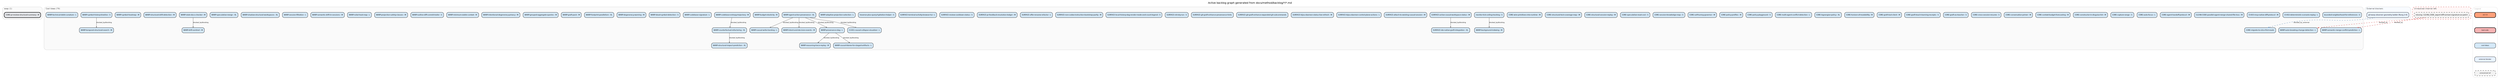
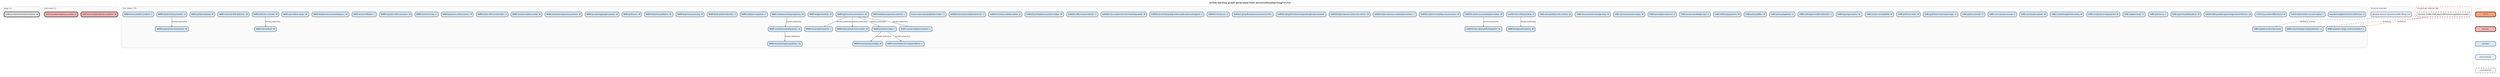
digraph backlog {
  rankdir=TB
  fontname="Helvetica"
  label="Active backlog graph generated from docs/method/backlog/*/*.md"
  labelloc=t
  fontsize=12
  node [shape=box style="rounded,filled" fontname="Helvetica" fontsize=8 margin="0.1,0.05" height=0.35]
  edge [color="#666666" arrowsize=0.5 fontname="Helvetica" fontsize=7]
  newrank=true
  ranksep=0.55
  nodesep=0.2

  subgraph cluster_asap {
    label="asap (1)" labeljust=l fontsize=9 fontcolor="#555555"
    style=rounded color="#cccccc" bgcolor="#fafafa"
    asap_CORE_pr_review_structural_summary [label="CORE-pr-review-structural-summary - M" fillcolor="#E5E7EB" penwidth=2]
+   }
+ 
+   subgraph cluster_bad_code {
+     label="bad-code (2)" labeljust=l fontsize=9 fontcolor="#555555"
+     style=rounded color="#cccccc" bgcolor="#fafafa"
+     bad_code_CORE_tool_context_injection_contracts [label="CORE-tool-context-injection-contracts - M" fillcolor="#F6B3B3" penwidth=2]
+     bad_code_TEST_bounded_subprocess_policy [label="TEST-bounded-subprocess-policy - S" fillcolor="#F6B3B3" penwidth=2]
  }

  subgraph cluster_cool_ideas {
    label="Cool Ideas (79)" labeljust=l fontsize=9 fontcolor="#555555"
    style=rounded color="#cccccc" bgcolor="#fafafa"
    cool_ideas_bounded_neighborhood_for_references [label="bounded-neighborhood-for-references - S" fillcolor="#D4E8F7" penwidth=1]
    cool_ideas_CI_001_causal_collapse_visualizer [label="CI-001-causal-collapse-visualizer - L" fillcolor="#D4E8F7" penwidth=1]
    cool_ideas_CI_002_deterministic_scenario_replay [label="CI-002-deterministic-scenario-replay - L" fillcolor="#D4E8F7" penwidth=1]
    cool_ideas_CI_003_mcp_native_diff_protocol [label="CI-003-mcp-native-diff-protocol - M" fillcolor="#D4E8F7" penwidth=1]
    cool_ideas_CLEAN_CODE_parallel_agent_merge_shared_file_loss [label="CLEAN-CODE-parallel-agent-merge-shared-file-loss - M" fillcolor="#D4E8F7" penwidth=1]
    cool_ideas_CORE_agent_handoff_protocol [label="CORE-agent-handoff-protocol - M" fillcolor="#D4E8F7" penwidth=1]
    cool_ideas_CORE_auto_focus [label="CORE-auto-focus - L" fillcolor="#D4E8F7" penwidth=1]
    cool_ideas_CORE_capture_range [label="CORE-capture-range - S" fillcolor="#D4E8F7" penwidth=1]
    cool_ideas_CORE_constructor_in_disguise_lint [label="CORE-constructor-in-disguise-lint - M" fillcolor="#D4E8F7" penwidth=1]
    cool_ideas_CORE_context_budget_forecasting [label="CORE-context-budget-forecasting - M" fillcolor="#D4E8F7" penwidth=1]
    cool_ideas_CORE_conversation_primer [label="CORE-conversation-primer - M" fillcolor="#D4E8F7" penwidth=1]
    cool_ideas_CORE_cross_session_resume [label="CORE-cross-session-resume - S" fillcolor="#D4E8F7" penwidth=1]
    cool_ideas_CORE_graft_as_teacher [label="CORE-graft-as-teacher - S" fillcolor="#D4E8F7" penwidth=1]
    cool_ideas_CORE_graft_teach_learning_receipts [label="CORE-graft-teach-learning-receipts - S" fillcolor="#D4E8F7" penwidth=1]
    cool_ideas_CORE_graft_tool_client [label="CORE-graft-tool-client - M" fillcolor="#D4E8F7" penwidth=1]
    cool_ideas_CORE_horizon_of_readability [label="CORE-horizon-of-readability - M" fillcolor="#D4E8F7" penwidth=1]
    cool_ideas_CORE_lagrangian_policy [label="CORE-lagrangian-policy - XL" fillcolor="#D4E8F7" penwidth=1]
    cool_ideas_CORE_migrate_to_slice_first_reads [label="CORE-migrate-to-slice-first-reads" fillcolor="#D4E8F7" penwidth=1]
    cool_ideas_CORE_multi_agent_conflict_detection [label="CORE-multi-agent-conflict-detection - L" fillcolor="#D4E8F7" penwidth=1]
    cool_ideas_CORE_policy_playground [label="CORE-policy-playground - S" fillcolor="#D4E8F7" penwidth=1]
    cool_ideas_CORE_policy_profiles [label="CORE-policy-profiles - M" fillcolor="#D4E8F7" penwidth=1]
    cool_ideas_CORE_self_tuning_governor [label="CORE-self-tuning-governor - M" fillcolor="#D4E8F7" penwidth=1]
    cool_ideas_CORE_session_knowledge_map [label="CORE-session-knowledge-map - S" fillcolor="#D4E8F7" penwidth=1]
    cool_ideas_CORE_speculative_read_cost [label="CORE-speculative-read-cost - S" fillcolor="#D4E8F7" penwidth=1]
    cool_ideas_CORE_structural_session_replay [label="CORE-structural-session-replay - M" fillcolor="#D4E8F7" penwidth=1]
    cool_ideas_CORE_structural_test_coverage_map [label="CORE-structural-test-coverage-map - M" fillcolor="#D4E8F7" penwidth=1]
    cool_ideas_CORE_wire_primitives_into_runtime [label="CORE-wire-primitives-into-runtime - M" fillcolor="#D4E8F7" penwidth=1]
    cool_ideas_monitor_tick_ceiling_tracking [label="monitor-tick-ceiling-tracking - S" fillcolor="#D4E8F7" penwidth=1]
    cool_ideas_SURFACE_active_causal_workspace_status [label="SURFACE-active-causal-workspace-status - M" fillcolor="#D4E8F7" penwidth=1]
    cool_ideas_SURFACE_attach_to_existing_causal_session [label="SURFACE-attach-to-existing-causal-session - M" fillcolor="#D4E8F7" penwidth=1]
    cool_ideas_SURFACE_bijou_daemon_control_plane_actions [label="SURFACE-bijou-daemon-control-plane-actions - L" fillcolor="#D4E8F7" penwidth=1]
    cool_ideas_SURFACE_bijou_daemon_status_live_refresh [label="SURFACE-bijou-daemon-status-live-refresh - M" fillcolor="#D4E8F7" penwidth=1]
    cool_ideas_SURFACE_git_graft_enhance_expanded_git_subcommands [label="SURFACE-git-graft-enhance-expanded-git-subcommands" fillcolor="#D4E8F7" penwidth=1]
    cool_ideas_SURFACE_git_graft_enhance_provenance_hints [label="SURFACE-git-graft-enhance-provenance-hints" fillcolor="#D4E8F7" penwidth=1]
    cool_ideas_SURFACE_ide_native_graft_integration [label="SURFACE-ide-native-graft-integration - XL" fillcolor="#D4E8F7" penwidth=1]
    cool_ideas_SURFACE_init_dry_run [label="SURFACE-init-dry-run - S" fillcolor="#D4E8F7" penwidth=1]
    cool_ideas_SURFACE_local_history_dag_render_mode_and_count_legend [label="SURFACE-local-history-dag-render-mode-and-count-legend - S" fillcolor="#D4E8F7" penwidth=1]
    cool_ideas_SURFACE_non_codex_instruction_bootstrap_parity [label="SURFACE-non-codex-instruction-bootstrap-parity - M" fillcolor="#D4E8F7" penwidth=1]
    cool_ideas_SURFACE_offer_rename_refactor [label="SURFACE-offer-rename-refactor - L" fillcolor="#D4E8F7" penwidth=1]
    cool_ideas_SURFACE_pr_feedback_resolution_ledger [label="SURFACE-pr-feedback-resolution-ledger - M" fillcolor="#D4E8F7" penwidth=1]
    cool_ideas_SURFACE_review_cooldown_status [label="SURFACE-review-cooldown-status - S" fillcolor="#D4E8F7" penwidth=1]
    cool_ideas_SURFACE_terminal_activity_browser_tui [label="SURFACE-terminal-activity-browser-tui - L" fillcolor="#D4E8F7" penwidth=1]
    cool_ideas_traverse_plus_query_hydration_helper [label="traverse-plus-query-hydration-helper - S" fillcolor="#D4E8F7" penwidth=1]
    cool_ideas_WARP_adaptive_projection_selection [label="WARP-adaptive-projection-selection - L" fillcolor="#D4E8F7" penwidth=1]
    cool_ideas_WARP_agent_action_provenance [label="WARP-agent-action-provenance - XL" fillcolor="#D4E8F7" penwidth=1]
    cool_ideas_WARP_auto_breaking_change_detection [label="WARP-auto-breaking-change-detection - L" fillcolor="#D4E8F7" penwidth=1]
    cool_ideas_WARP_background_indexing [label="WARP-background-indexing - M" fillcolor="#D4E8F7" penwidth=1]
    cool_ideas_WARP_budget_elasticity [label="WARP-budget-elasticity - M" fillcolor="#D4E8F7" penwidth=1]
    cool_ideas_WARP_causal_blame_for_staged_artifacts [label="WARP-causal-blame-for-staged-artifacts - L" fillcolor="#D4E8F7" penwidth=1]
    cool_ideas_WARP_causal_write_tracking [label="WARP-causal-write-tracking - L" fillcolor="#D4E8F7" penwidth=1]
    cool_ideas_WARP_codebase_entropy_trajectory [label="WARP-codebase-entropy-trajectory - M" fillcolor="#D4E8F7" penwidth=1]
    cool_ideas_WARP_codebase_signature [label="WARP-codebase-signature - L" fillcolor="#D4E8F7" penwidth=1]
    cool_ideas_WARP_counterfactual_refactoring [label="WARP-counterfactual-refactoring - XL" fillcolor="#D4E8F7" penwidth=1]
    cool_ideas_WARP_dead_symbol_detection [label="WARP-dead-symbol-detection - S" fillcolor="#D4E8F7" penwidth=1]
    cool_ideas_WARP_degeneracy_warning [label="WARP-degeneracy-warning - M" fillcolor="#D4E8F7" penwidth=1]
    cool_ideas_WARP_drift_sentinel [label="WARP-drift-sentinel - M" fillcolor="#D4E8F7" penwidth=1]
    cool_ideas_WARP_footprint_parallelism [label="WARP-footprint-parallelism - XL" fillcolor="#D4E8F7" penwidth=1]
    cool_ideas_WARP_graft_pack [label="WARP-graft-pack - M" fillcolor="#D4E8F7" penwidth=1]
    cool_ideas_WARP_grouped_aggregate_queries [label="WARP-grouped-aggregate-queries - M" fillcolor="#D4E8F7" penwidth=1]
    cool_ideas_WARP_intent_and_decision_events [label="WARP-intent-and-decision-events - M" fillcolor="#D4E8F7" penwidth=1]
    cool_ideas_WARP_intentional_degeneracy_privacy [label="WARP-intentional-degeneracy-privacy - M" fillcolor="#D4E8F7" penwidth=1]
    cool_ideas_WARP_minimum_viable_context [label="WARP-minimum-viable-context - M" fillcolor="#D4E8F7" penwidth=1]
    cool_ideas_WARP_outline_diff_commit_trailer [label="WARP-outline-diff-commit-trailer - S" fillcolor="#D4E8F7" penwidth=1]
    cool_ideas_WARP_projection_safety_classes [label="WARP-projection-safety-classes - M" fillcolor="#D4E8F7" penwidth=1]
    cool_ideas_WARP_provenance_dag [label="WARP-provenance-dag - L" fillcolor="#D4E8F7" penwidth=1]
    cool_ideas_WARP_reasoning_trace_replay [label="WARP-reasoning-trace-replay - M" fillcolor="#D4E8F7" penwidth=1]
    cool_ideas_WARP_rulial_heat_map [label="WARP-rulial-heat-map - L" fillcolor="#D4E8F7" penwidth=1]
    cool_ideas_WARP_semantic_drift_in_sessions [label="WARP-semantic-drift-in-sessions - M" fillcolor="#D4E8F7" penwidth=1]
    cool_ideas_WARP_semantic_merge_conflict_prediction [label="WARP-semantic-merge-conflict-prediction - L" fillcolor="#D4E8F7" penwidth=1]
    cool_ideas_WARP_session_filtration [label="WARP-session-filtration - L" fillcolor="#D4E8F7" penwidth=1]
    cool_ideas_WARP_shadow_structural_workspaces [label="WARP-shadow-structural-workspaces - XL" fillcolor="#D4E8F7" penwidth=1]
    cool_ideas_WARP_speculative_merge [label="WARP-speculative-merge - XL" fillcolor="#D4E8F7" penwidth=1]
    cool_ideas_WARP_stale_docs_checker [label="WARP-stale-docs-checker - M" fillcolor="#D4E8F7" penwidth=1]
    cool_ideas_WARP_structural_drift_detection [label="WARP-structural-drift-detection - M" fillcolor="#D4E8F7" penwidth=1]
    cool_ideas_WARP_structural_impact_prediction [label="WARP-structural-impact-prediction - XL" fillcolor="#D4E8F7" penwidth=1]
    cool_ideas_WARP_symbol_heatmap [label="WARP-symbol-heatmap - M" fillcolor="#D4E8F7" penwidth=1]
    cool_ideas_WARP_symbol_history_timeline [label="WARP-symbol-history-timeline - S" fillcolor="#D4E8F7" penwidth=1]
    cool_ideas_WARP_technical_debt_curvature [label="WARP-technical-debt-curvature - L" fillcolor="#D4E8F7" penwidth=1]
    cool_ideas_WARP_temporal_structural_search [label="WARP-temporal-structural-search - M" fillcolor="#D4E8F7" penwidth=1]
  }

  subgraph cluster_external {
    label="External blockers" labeljust=l fontsize=9 fontcolor="#555555"
    style=rounded color="#cccccc" bgcolor="#f8fbff"
    external_git_warp_observer_geometry_ladder__Rung_2_4_ [label="git-warp observer geometry ladder (Rung 2-4)" fillcolor="#E8F2FF" penwidth=1]
  }

  subgraph cluster_unresolved {
    label="Unresolved internal refs" labeljust=l fontsize=9 fontcolor="#555555"
    style="rounded,dashed" color="#cc3333" bgcolor="#fff7f7"
    unresolved_CLEAN_CODE_export_diff_semver_signature_as_patch [label="missing: CLEAN_CODE_export-diff-semver-signature-as-patch" fillcolor="#F2F2F2" penwidth=1 style="rounded,dashed,filled"]
  }

  cool_ideas_monitor_tick_ceiling_tracking -> cool_ideas_WARP_background_indexing [label="blocked_by/blocking"]
  cool_ideas_SURFACE_active_causal_workspace_status -> cool_ideas_SURFACE_ide_native_graft_integration [label="blocked_by/blocking"]
  cool_ideas_WARP_agent_action_provenance -> cool_ideas_CI_001_causal_collapse_visualizer [label="blocked_by/blocking"]
  cool_ideas_WARP_agent_action_provenance -> cool_ideas_WARP_causal_write_tracking [label="blocked_by/blocking"]
  cool_ideas_WARP_agent_action_provenance -> cool_ideas_WARP_intent_and_decision_events [label="blocked_by/blocking"]
  cool_ideas_WARP_agent_action_provenance -> cool_ideas_WARP_provenance_dag [label="blocked_by/blocking"]
  cool_ideas_WARP_codebase_entropy_trajectory -> cool_ideas_WARP_counterfactual_refactoring [label="blocked_by/blocking"]
  cool_ideas_WARP_counterfactual_refactoring -> cool_ideas_WARP_structural_impact_prediction [label="blocked_by/blocking"]
  cool_ideas_WARP_provenance_dag -> cool_ideas_WARP_causal_blame_for_staged_artifacts [label="blocked_by/blocking"]
  cool_ideas_WARP_provenance_dag -> cool_ideas_WARP_reasoning_trace_replay [label="blocked_by/blocking"]
  cool_ideas_WARP_stale_docs_checker -> cool_ideas_WARP_drift_sentinel [label="blocked_by/blocking"]
  cool_ideas_WARP_symbol_history_timeline -> cool_ideas_WARP_temporal_structural_search [label="blocked_by/blocking"]
  external_git_warp_observer_geometry_ladder__Rung_2_4_ -> cool_ideas_CORE_migrate_to_slice_first_reads [label="blocked_by_external" style=dashed color="#4477AA"]
  unresolved_CLEAN_CODE_export_diff_semver_signature_as_patch -> cool_ideas_WARP_auto_breaking_change_detection [label="blocked_by" style=dashed color="#CC3333"]
  unresolved_CLEAN_CODE_export_diff_semver_signature_as_patch -> cool_ideas_WARP_semantic_merge_conflict_prediction [label="blocked_by" style=dashed color="#CC3333"]

  subgraph cluster_legend {
    label="Legend" labeljust=l fontsize=8 fontcolor="#aaaaaa"
    style=rounded color="#dddddd"
    node [fontsize=7 width=1.4]
    leg_v07 [label="v0.7.0" fillcolor="#FFA07A" penwidth=2]
    leg_bad [label="bad-code" fillcolor="#F6B3B3" penwidth=2]
    leg_idea [label="cool-ideas" fillcolor="#D4E8F7" penwidth=1]
    leg_external [label="external blocker" fillcolor="#E8F2FF" penwidth=1]
    leg_unresolved [label="unresolved ref" fillcolor="#F2F2F2" penwidth=1 style="rounded,dashed,filled"]
    leg_v07 -> leg_bad [style=invis]
    leg_bad -> leg_idea [style=invis]
    leg_idea -> leg_external [style=invis]
    leg_external -> leg_unresolved [style=invis]
  }
}
